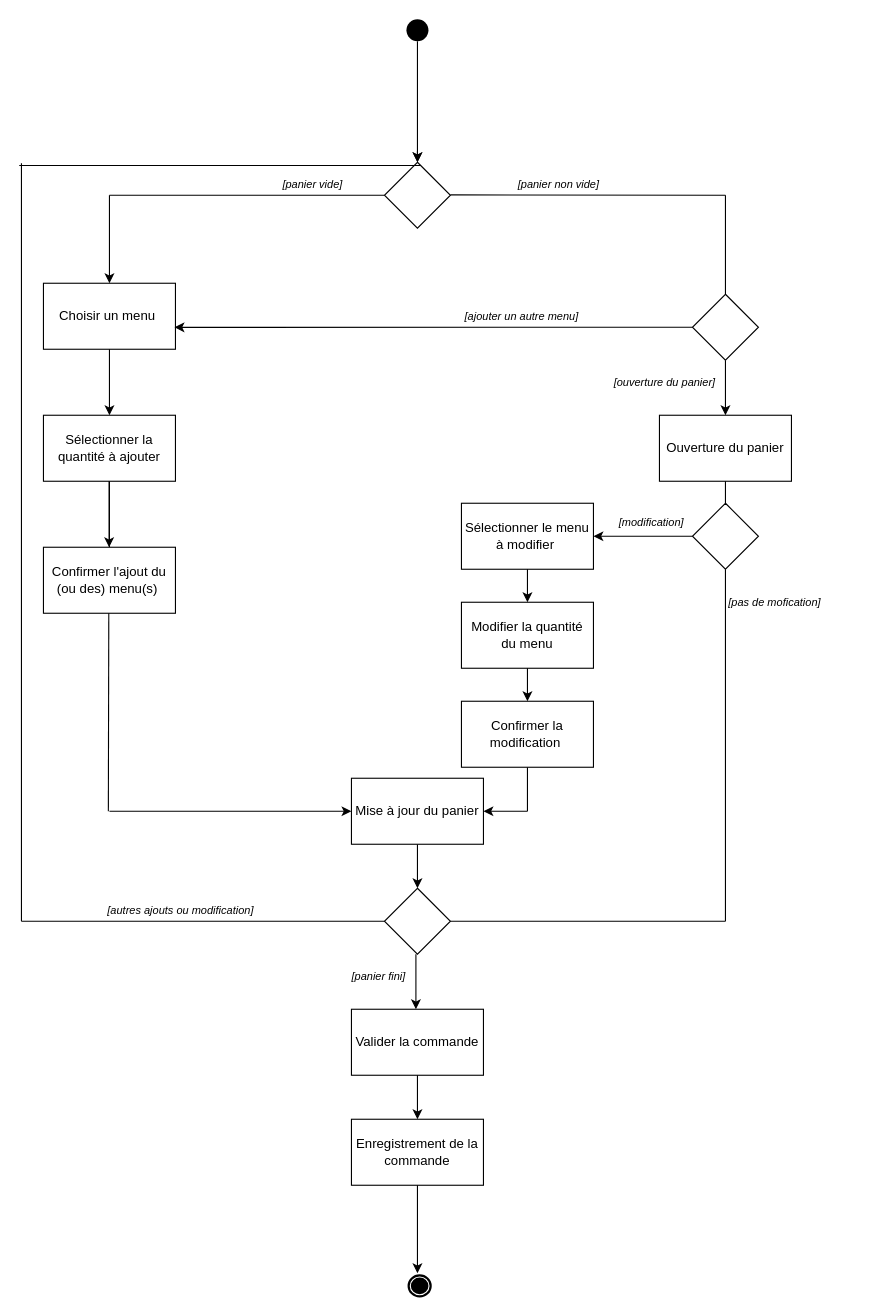
TheAIWizard/Ensaeats keeps this draw.io diagram as diagrammes/diagramme_activite_commande.drawio. Above is the earlier version. Source tidied: cells renumbered, new cells numbered last; positions are measured from the earlier drawing's top-left corner, leaving out a move shared by most shapes. Both pictures are drawn from the tidied source at 110%, with x=0, y=0 at pixel (19, 19).
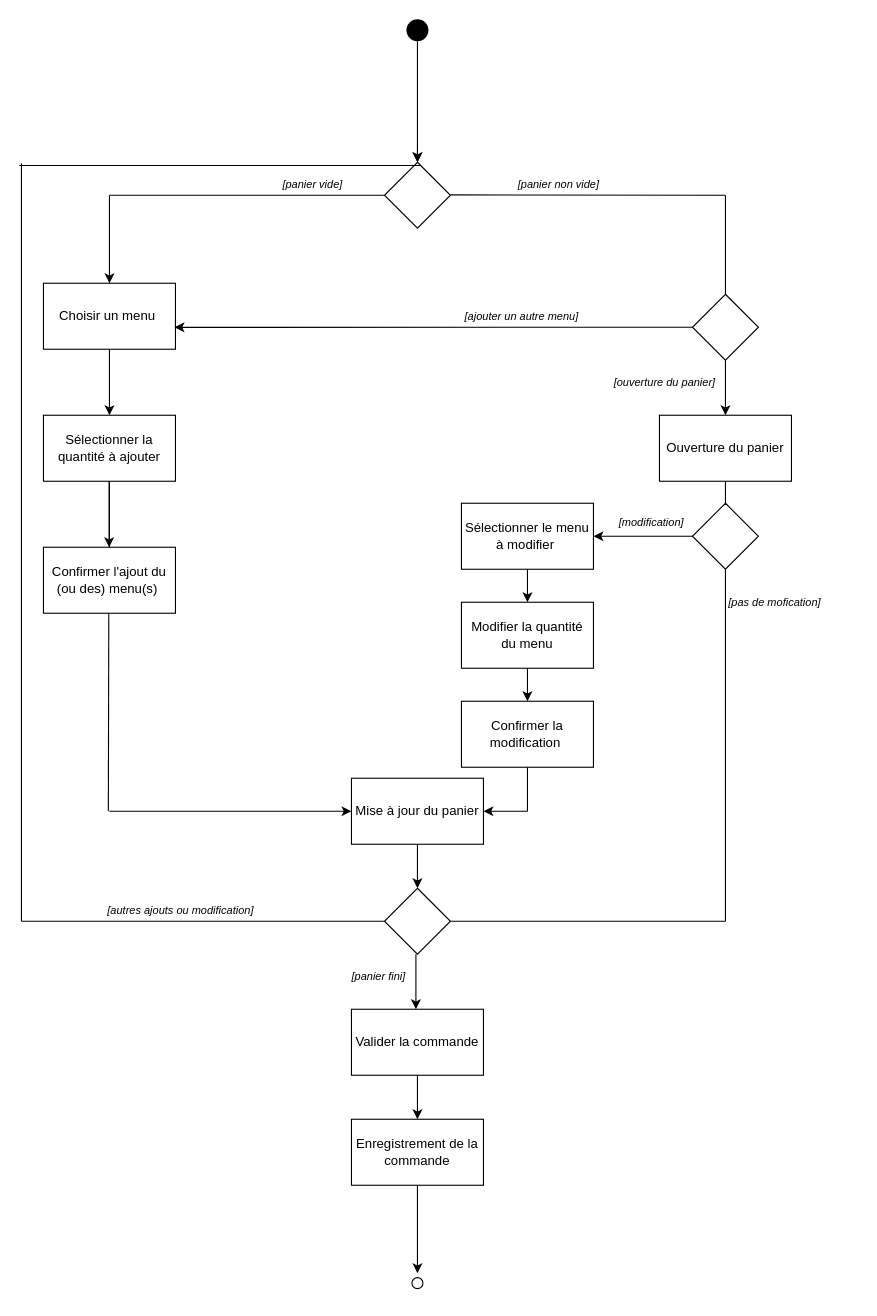
The same diagram, later.

Commit message (it also covers changes not shown here):
mise a jour du diagramme de base de donnée

The edit, as a diff of the source:
```diff
@@
-    <mxCell id="54" style="verticalLabelPosition=bottom;html=1;verticalAlign=top;strokeWidth=2;shape=mxgraph.lean_mapping.sequenced_pull_ball;" parent="1" vertex="1">
-      <mxGeometry x="354" y="1142" width="20" height="19" as="geometry" />
+    <mxCell id="54" style="ellipse;html=1;verticalLabelPosition=bottom;labelBackgroundColor=#ffffff;verticalAlign=top;fillColor=#ffffff;" parent="1" vertex="1">
+      <mxGeometry x="357" y="1144" width="10" height="10" as="geometry" />
     </mxCell>
```
